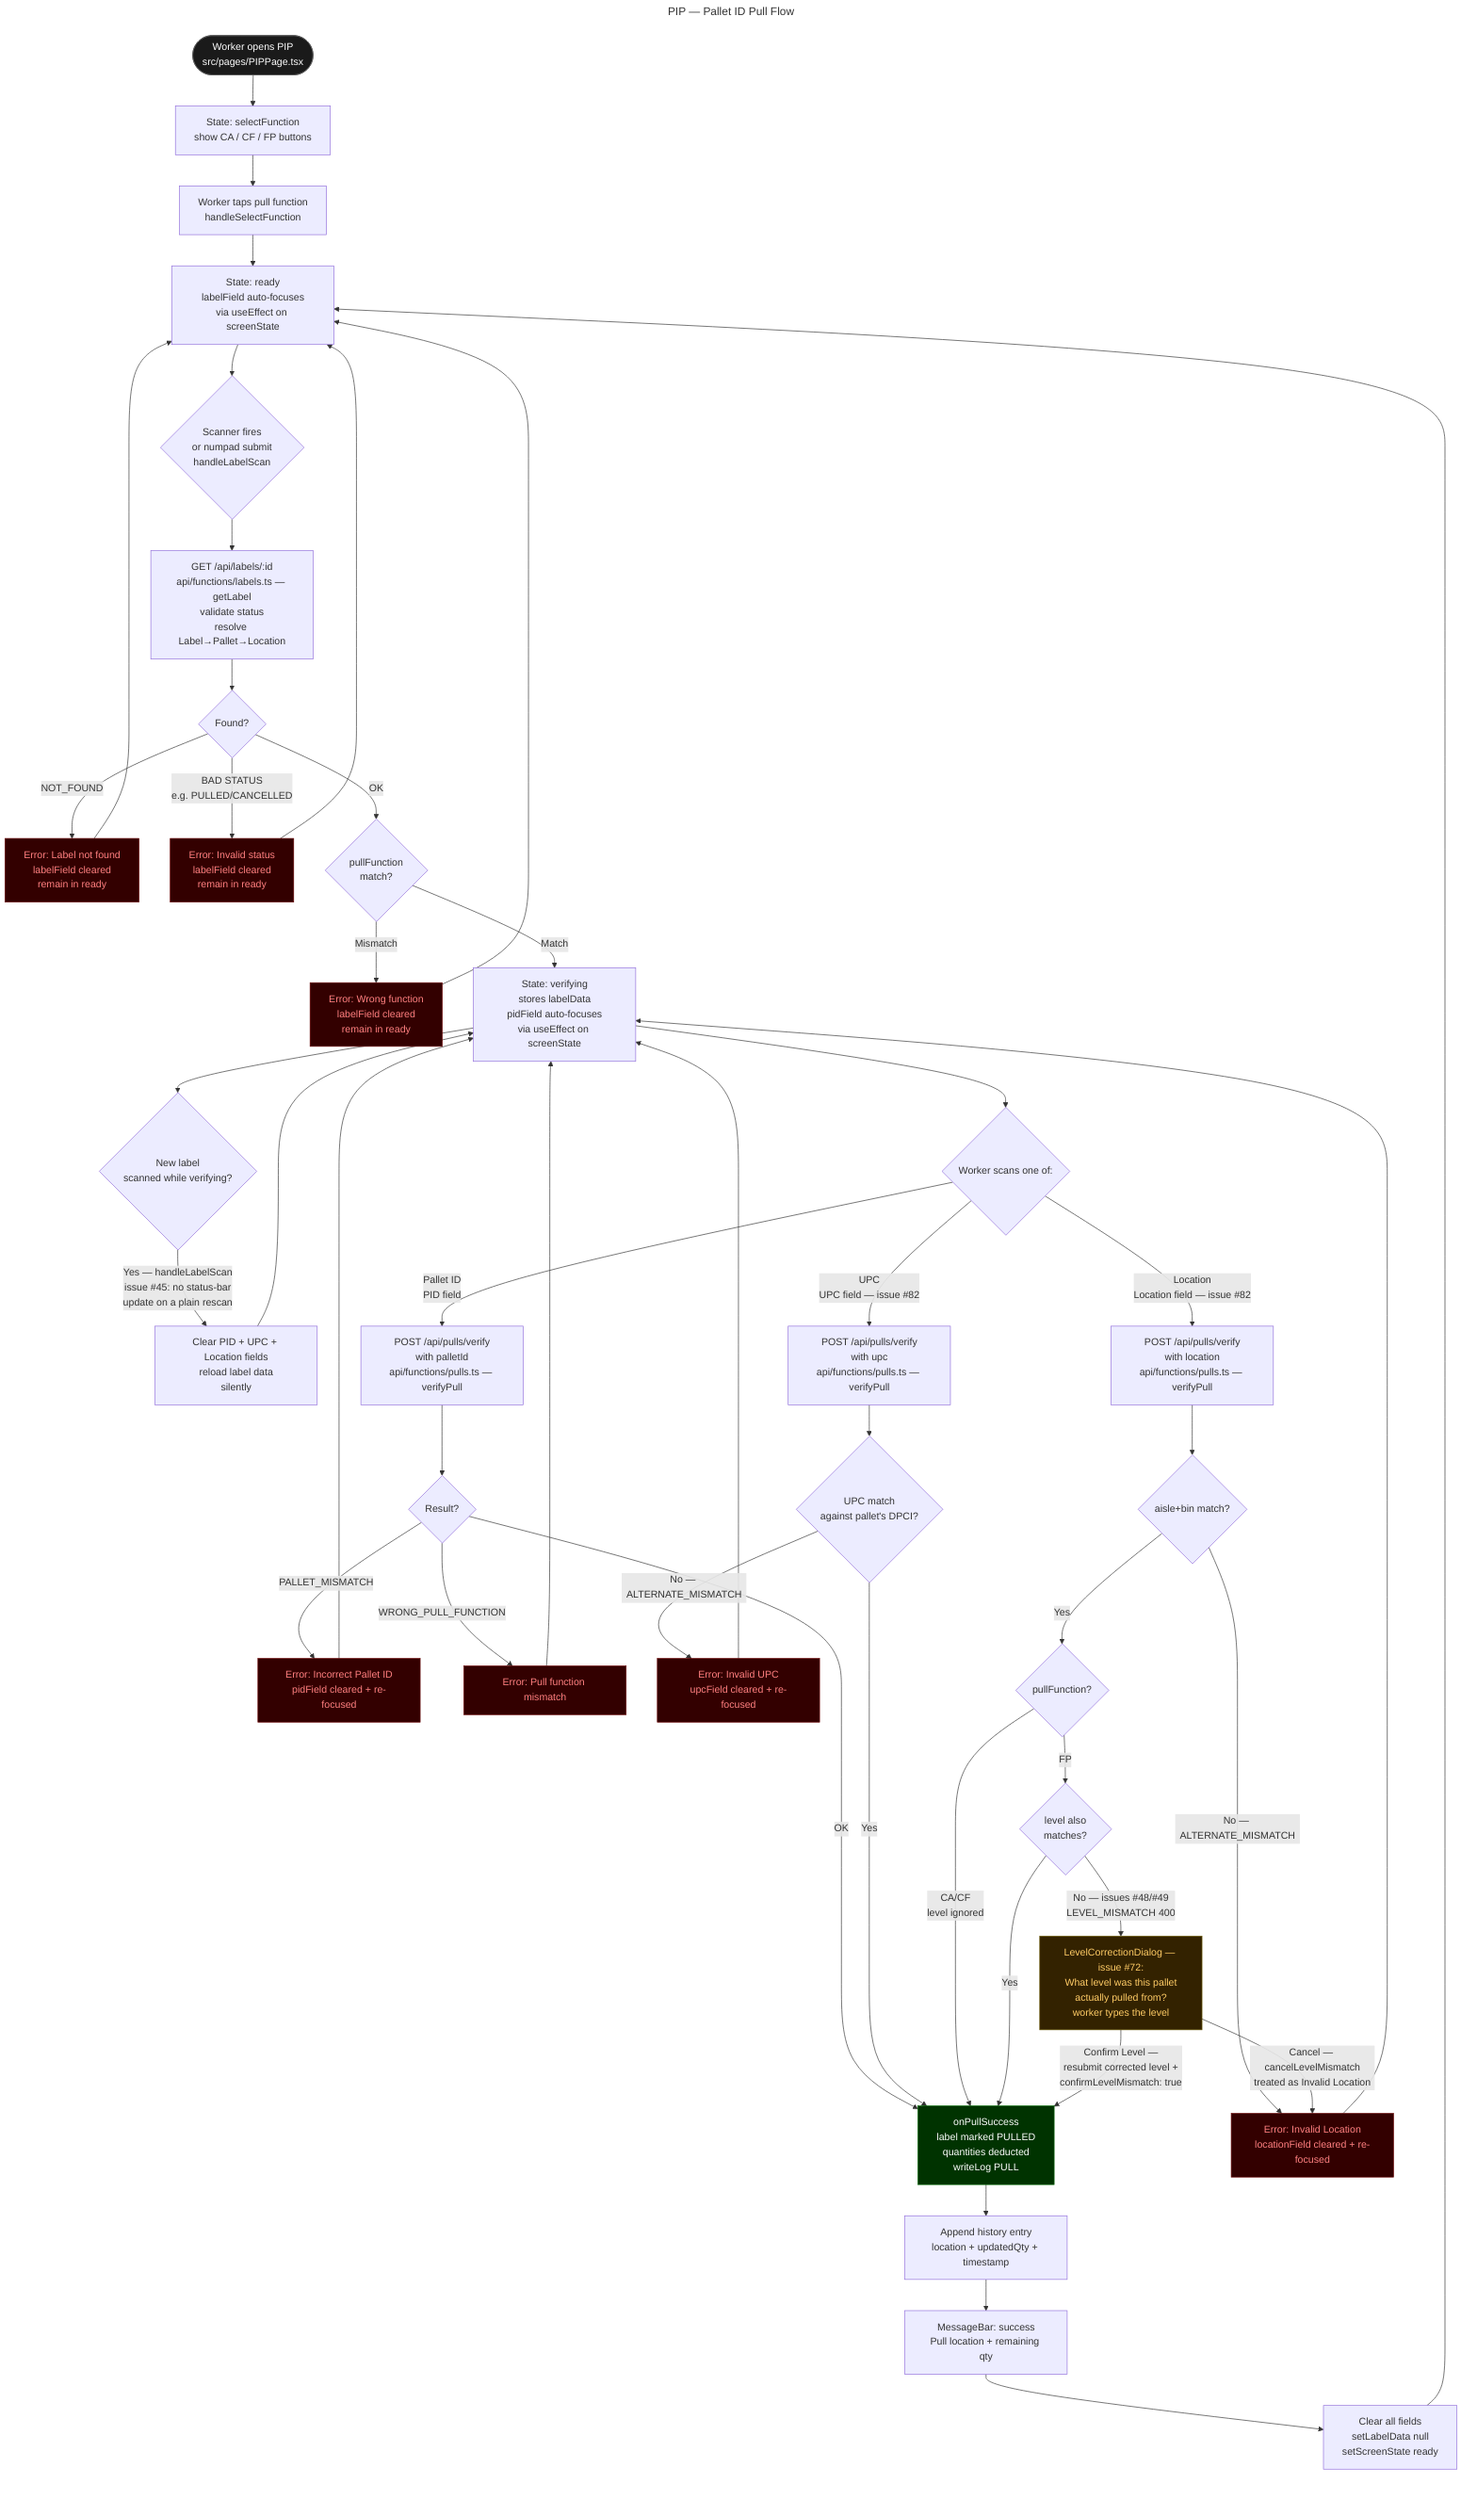
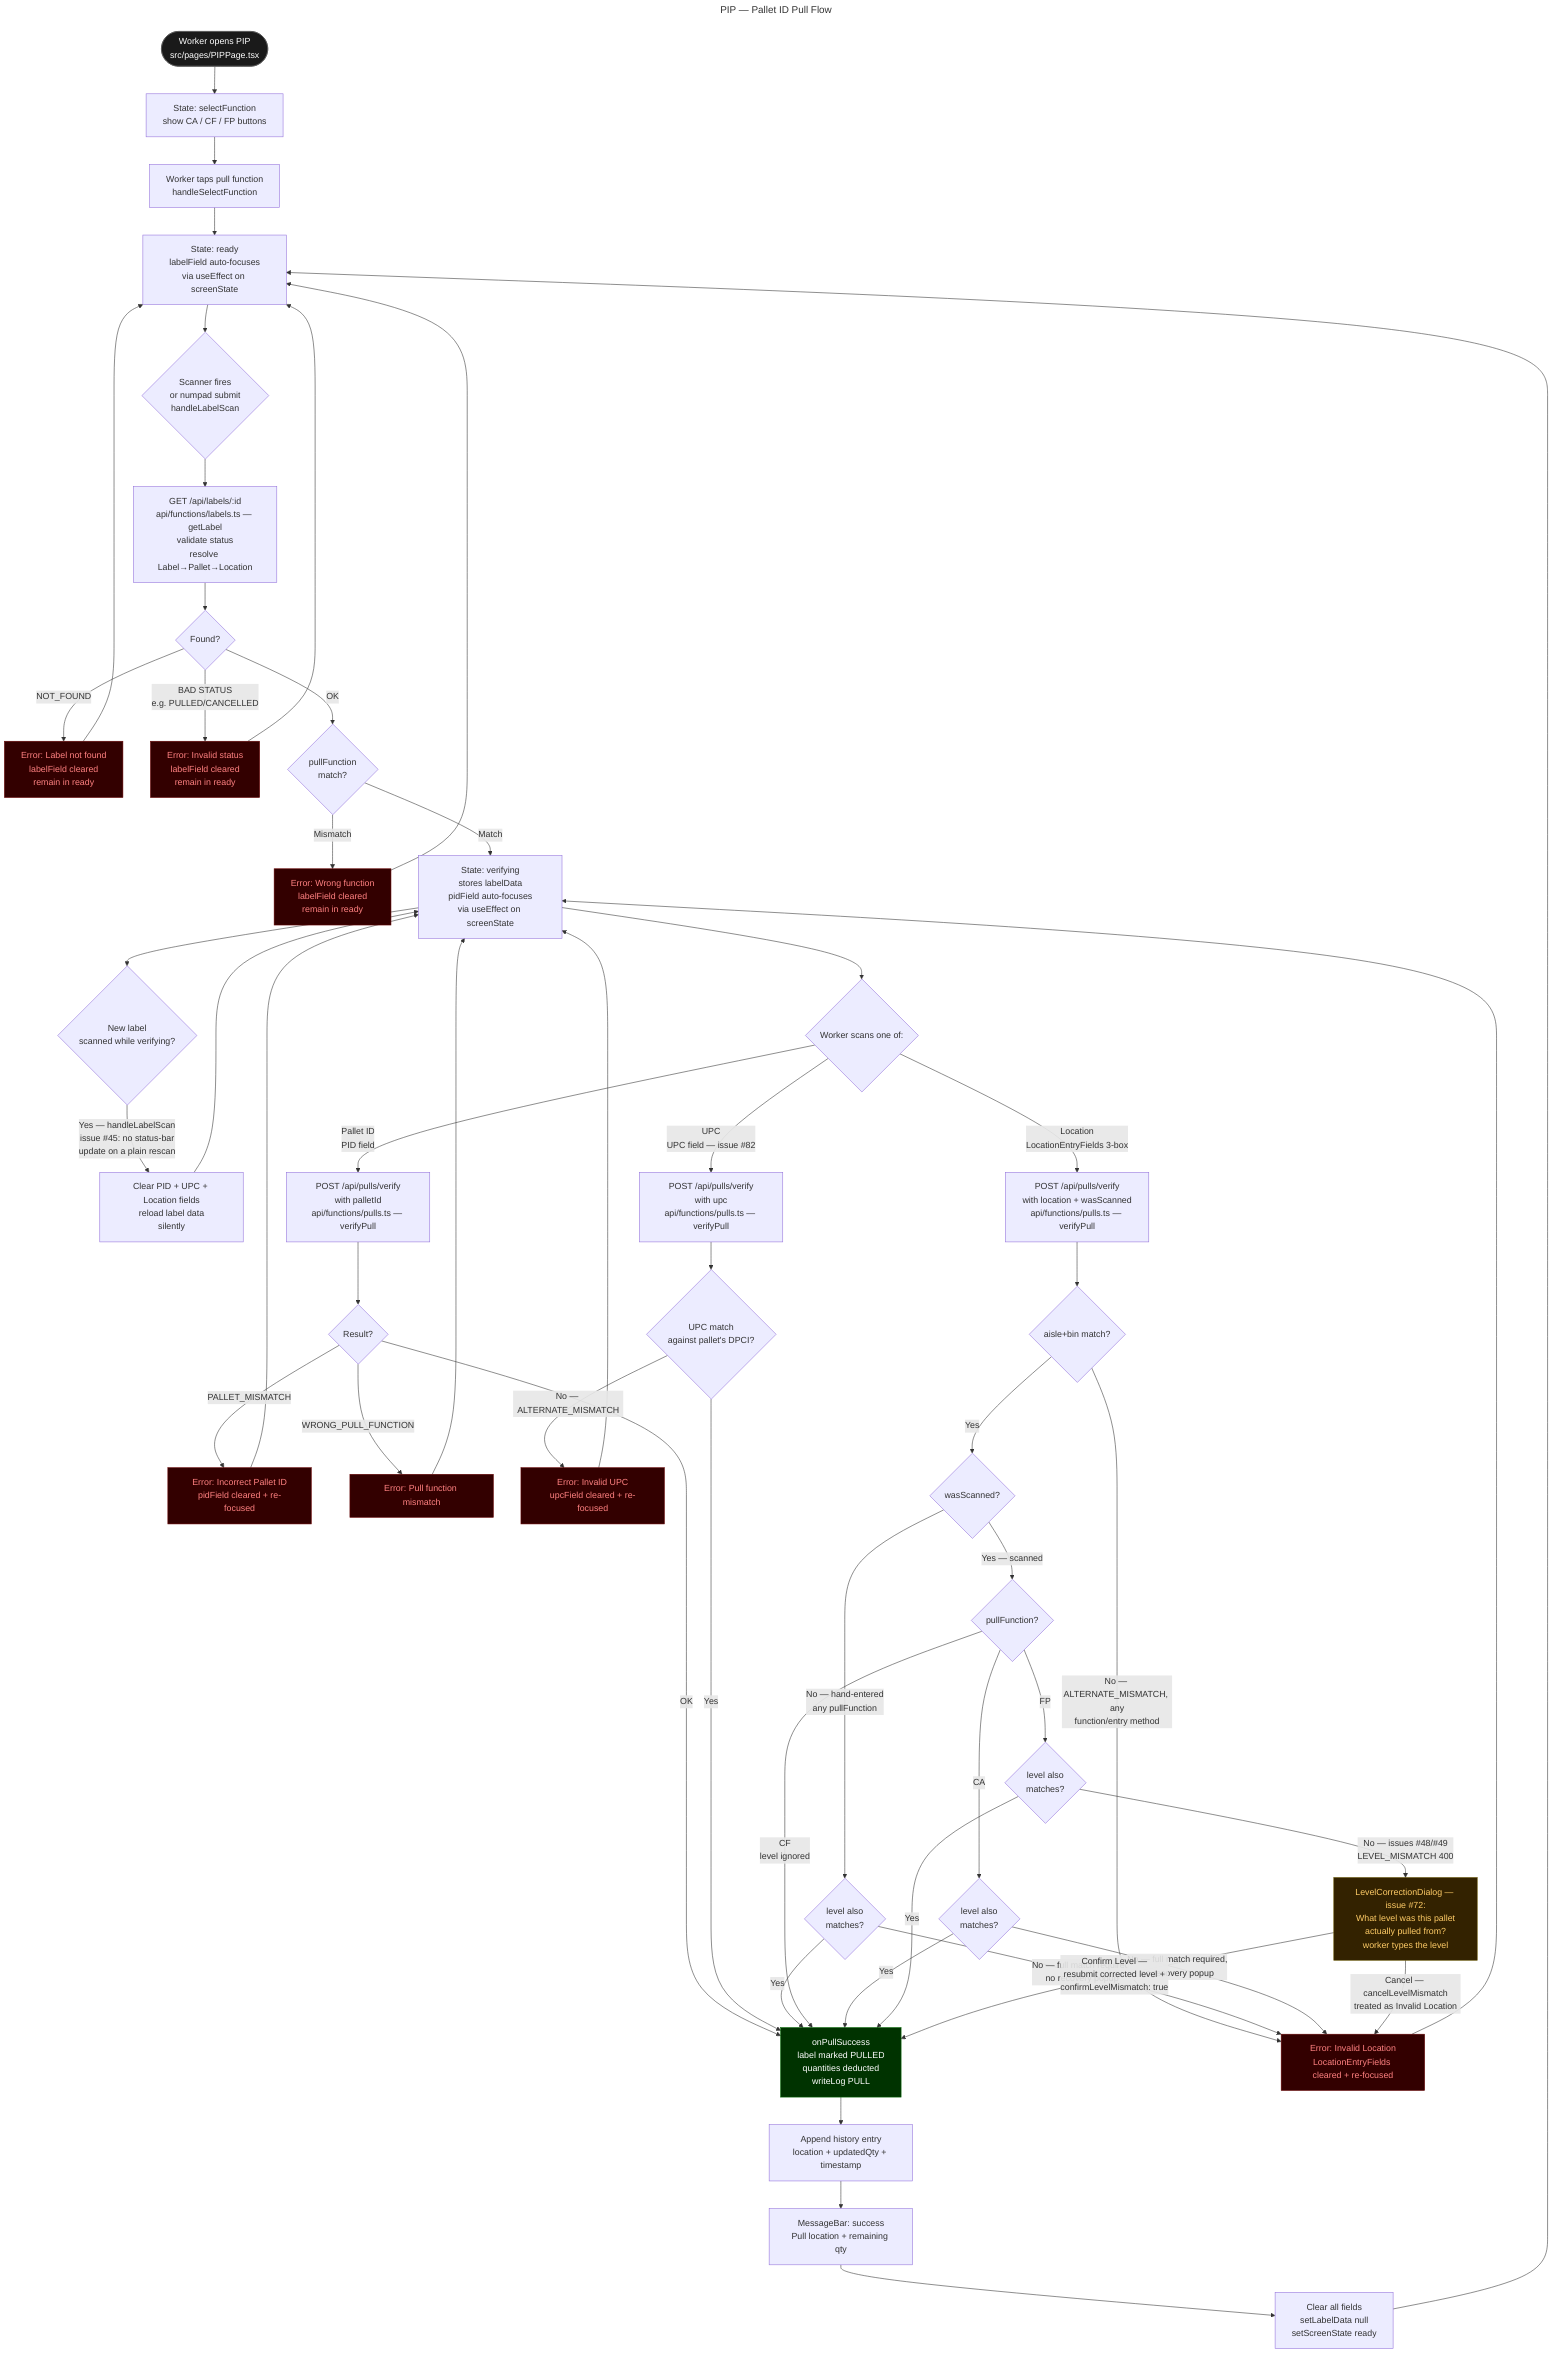
---
title: PIP — Pallet ID Pull Flow
---
flowchart TD
    START([Worker opens PIP\nsrc/pages/PIPPage.tsx]) --> S1

    S1[State: selectFunction\nshow CA / CF / FP buttons]
    S1 --> SEL[Worker taps pull function\nhandleSelectFunction]
    SEL --> S2

    S2[State: ready\nlabelField auto-focuses\nvia useEffect on screenState]

    S2 --> SCAN_L{Scanner fires\nor numpad submit\nhandleLabelScan}

    SCAN_L --> API_L[GET /api/labels/:id\napi/functions/labels.ts — getLabel\nvalidate status\nresolve Label→Pallet→Location]

    API_L --> L_FOUND{Found?}
    L_FOUND -->|NOT_FOUND| ERR_L1[Error: Label not found\nlabelField cleared\nremain in ready]
    L_FOUND -->|BAD STATUS\ne.g. PULLED/CANCELLED| ERR_L2[Error: Invalid status\nlabelField cleared\nremain in ready]
    L_FOUND -->|OK| FN_CHECK{pullFunction\nmatch?}

    FN_CHECK -->|Mismatch| ERR_L3[Error: Wrong function\nlabelField cleared\nremain in ready]
    FN_CHECK -->|Match| S3

    ERR_L1 --> S2
    ERR_L2 --> S2
    ERR_L3 --> S2

    S3[State: verifying\nstores labelData\npidField auto-focuses\nvia useEffect on screenState]

    S3 --> RESCAN{New label\nscanned while verifying?}
    RESCAN -->|Yes — handleLabelScan\nissue #45: no status-bar\nupdate on a plain rescan| RELOAD[Clear PID + UPC + Location fields\nreload label data\nsilently]
    RELOAD --> S3

    S3 --> VER_PATH{Worker scans one of:}

    VER_PATH -->|Pallet ID\nPID field| PID_VERIFY[POST /api/pulls/verify\nwith palletId\napi/functions/pulls.ts — verifyPull]
    VER_PATH -->|UPC\nUPC field — issue #82| UPC_VERIFY[POST /api/pulls/verify\nwith upc\napi/functions/pulls.ts — verifyPull]
-     VER_PATH -->|Location\nLocation field — issue #82| LOC_VERIFY[POST /api/pulls/verify\nwith location\napi/functions/pulls.ts — verifyPull]
+     VER_PATH -->|Location\nLocationEntryFields 3-box| LOC_VERIFY[POST /api/pulls/verify\nwith location + wasScanned\napi/functions/pulls.ts — verifyPull]

    PID_VERIFY --> PID_OK{Result?}
    PID_OK -->|PALLET_MISMATCH| ERR_PID[Error: Incorrect Pallet ID\npidField cleared + re-focused]
    PID_OK -->|WRONG_PULL_FUNCTION| ERR_PID2[Error: Pull function mismatch]
    PID_OK -->|OK| SUCCESS

    UPC_VERIFY --> UPC_OK{UPC match\nagainst pallet's DPCI?}
    UPC_OK -->|No — ALTERNATE_MISMATCH| ERR_UPC[Error: Invalid UPC\nupcField cleared + re-focused]
    UPC_OK -->|Yes| SUCCESS

    LOC_VERIFY --> LOC_BIN{aisle+bin match?}
-     LOC_BIN -->|No — ALTERNATE_MISMATCH| ERR_LOC[Error: Invalid Location\nlocationField cleared + re-focused]
-     LOC_BIN -->|Yes| LOC_FN{pullFunction?}
-     LOC_FN -->|CA/CF\nlevel ignored| SUCCESS
+     LOC_BIN -->|No — ALTERNATE_MISMATCH, any\nfunction/entry method| ERR_LOC[Error: Invalid Location\nLocationEntryFields cleared + re-focused]
+     LOC_BIN -->|Yes| LOC_METHOD{wasScanned?}
+     LOC_METHOD -->|No — hand-entered\nany pullFunction| LOC_LEVEL_MANUAL{level also\nmatches?}
+     LOC_LEVEL_MANUAL -->|Yes| SUCCESS
+     LOC_LEVEL_MANUAL -->|No — full match required,\nno recovery popup| ERR_LOC
+     LOC_METHOD -->|Yes — scanned| LOC_FN{pullFunction?}
+     LOC_FN -->|CF\nlevel ignored| SUCCESS
+     LOC_FN -->|CA| LOC_LEVEL_CA{level also\nmatches?}
+     LOC_LEVEL_CA -->|Yes| SUCCESS
+     LOC_LEVEL_CA -->|No — full match required,\nno recovery popup| ERR_LOC
    LOC_FN -->|FP| LOC_LEVEL{level also\nmatches?}
    LOC_LEVEL -->|Yes| SUCCESS
    LOC_LEVEL -->|No — issues #48/#49\nLEVEL_MISMATCH 400| CORRECT[LevelCorrectionDialog — issue #72:\nWhat level was this pallet\nactually pulled from?\nworker types the level]
    CORRECT -->|Cancel — cancelLevelMismatch\ntreated as Invalid Location| ERR_LOC
    CORRECT -->|Confirm Level —\nresubmit corrected level +\nconfirmLevelMismatch: true| SUCCESS

    ERR_PID --> S3
    ERR_PID2 --> S3
    ERR_UPC --> S3
    ERR_LOC --> S3

    SUCCESS[onPullSuccess\nlabel marked PULLED\nquantities deducted\nwriteLog PULL]

    SUCCESS --> HIST[Append history entry\nlocation + updatedQty + timestamp]
    HIST --> MSG[MessageBar: success\nPull location + remaining qty]
    MSG --> RESET[Clear all fields\nsetLabelData null\nsetScreenState ready]
    RESET --> S2

    style START fill:#1a1a1a,stroke:#555,color:#fff
    style SUCCESS fill:#003300,stroke:#006600,color:#fff
    style ERR_L1 fill:#330000,stroke:#660000,color:#ff8080
    style ERR_L2 fill:#330000,stroke:#660000,color:#ff8080
    style ERR_L3 fill:#330000,stroke:#660000,color:#ff8080
    style ERR_PID fill:#330000,stroke:#660000,color:#ff8080
    style ERR_PID2 fill:#330000,stroke:#660000,color:#ff8080
    style ERR_UPC fill:#330000,stroke:#660000,color:#ff8080
    style ERR_LOC fill:#330000,stroke:#660000,color:#ff8080
    style CORRECT fill:#332200,stroke:#665500,color:#ffcc66
